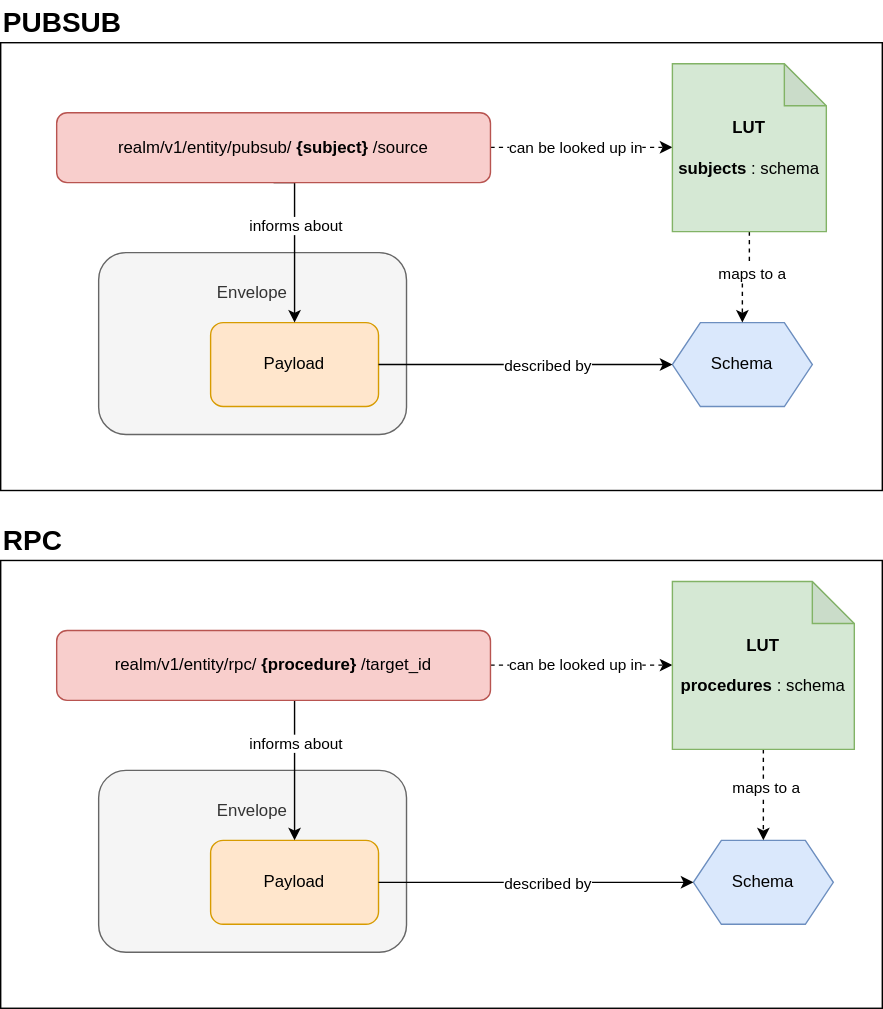
This is Doc/subject_payload_schema.drawio.svg from RISE-Maritime/keelson, a draw.io export, as it was before one commit. Source tidied: cells renumbered, new cells last; positions are measured from the earlier drawing's top-left corner, leaving out a move shared by most shapes.
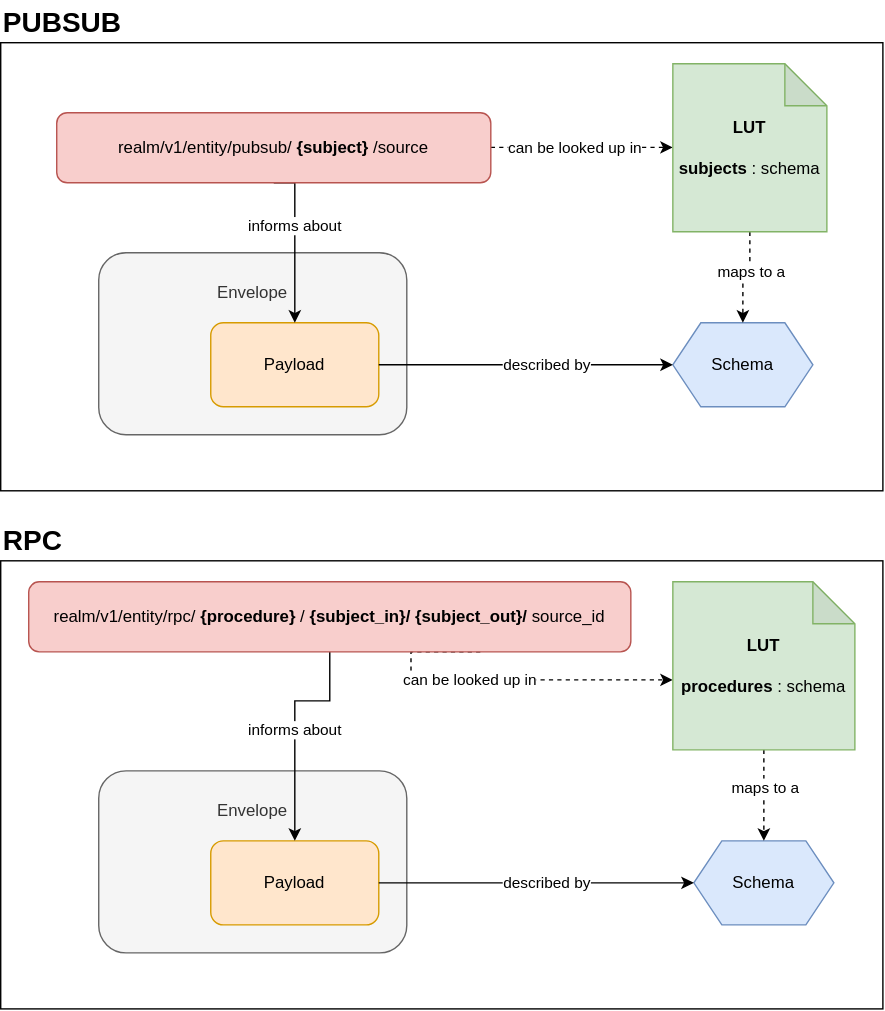
After the change.

What changed in the source:
```diff
@@ -92,13 +92,14 @@
     </mxCell>
     <mxCell id="25" value="informs about" style="edgeLabel;html=1;align=center;verticalAlign=middle;" parent="24" vertex="1">
       <mxGeometry x="-0.09" relative="1" as="geometry">
-        <mxPoint y="-7" as="offset" />
+        <mxPoint y="8" as="offset" />
       </mxGeometry>
     </mxCell>
-    <mxCell id="26" style="edgeStyle=orthogonalEdgeStyle;rounded=0;orthogonalLoop=1;jettySize=auto;html=1;exitX=1;exitY=0.5;exitDx=0;exitDy=0;entryX=0;entryY=0.5;entryDx=0;entryDy=0;entryPerimeter=0;dashed=1;" parent="1" edge="1">
+    <mxCell id="26" style="edgeStyle=orthogonalEdgeStyle;rounded=0;jettySize=auto;html=1;exitX=0.75;exitY=1;exitDx=0;exitDy=0;dashed=1;" parent="1" edge="1" source="28" target="31">
       <mxGeometry relative="1" as="geometry">
-        <mxPoint x="350" y="474.8" as="sourcePoint" />
-        <mxPoint x="480" y="474.8" as="targetPoint" />
+        <Array as="points">
+          <mxPoint x="293" y="485" />
+        </Array>
       </mxGeometry>
     </mxCell>
     <mxCell id="27" value="can be looked up in" style="edgeLabel;html=1;align=center;verticalAlign=middle;" parent="26" vertex="1">
@@ -106,8 +107,8 @@
         <mxPoint x="6" as="offset" />
       </mxGeometry>
     </mxCell>
-    <mxCell id="28" value="&lt;font color=&quot;#000000&quot;&gt;realm/v1/entity/rpc/&lt;b&gt;{procedure}&lt;/b&gt;/target_id&lt;/font&gt;" style="rounded=1;whiteSpace=wrap;html=1;fillColor=#f8cecc;strokeColor=#b85450;" parent="1" vertex="1">
-      <mxGeometry x="40" y="450" width="310" height="50" as="geometry" />
+    <mxCell id="28" value="&lt;font color=&quot;#000000&quot;&gt;realm/v1/entity/rpc/&lt;b&gt;{procedure}&lt;/b&gt;/&lt;/font&gt;&lt;b style=&quot;color: rgb(0, 0, 0);&quot;&gt;{subject_in}/&lt;/b&gt;&lt;b style=&quot;color: rgb(0, 0, 0);&quot;&gt;{subject_out}/&lt;/b&gt;&lt;font color=&quot;#000000&quot;&gt;source_id&lt;/font&gt;" style="rounded=1;whiteSpace=wrap;html=1;fillColor=#f8cecc;strokeColor=#b85450;" parent="1" vertex="1">
+      <mxGeometry x="20" y="415" width="430" height="50" as="geometry" />
     </mxCell>
     <mxCell id="29" style="edgeStyle=orthogonalEdgeStyle;rounded=0;jettySize=auto;html=1;exitX=0.5;exitY=1;exitDx=0;exitDy=0;exitPerimeter=0;entryX=0.5;entryY=0;entryDx=0;entryDy=0;dashed=1;" parent="1" edge="1" source="31" target="21">
       <mxGeometry relative="1" as="geometry" />
```
